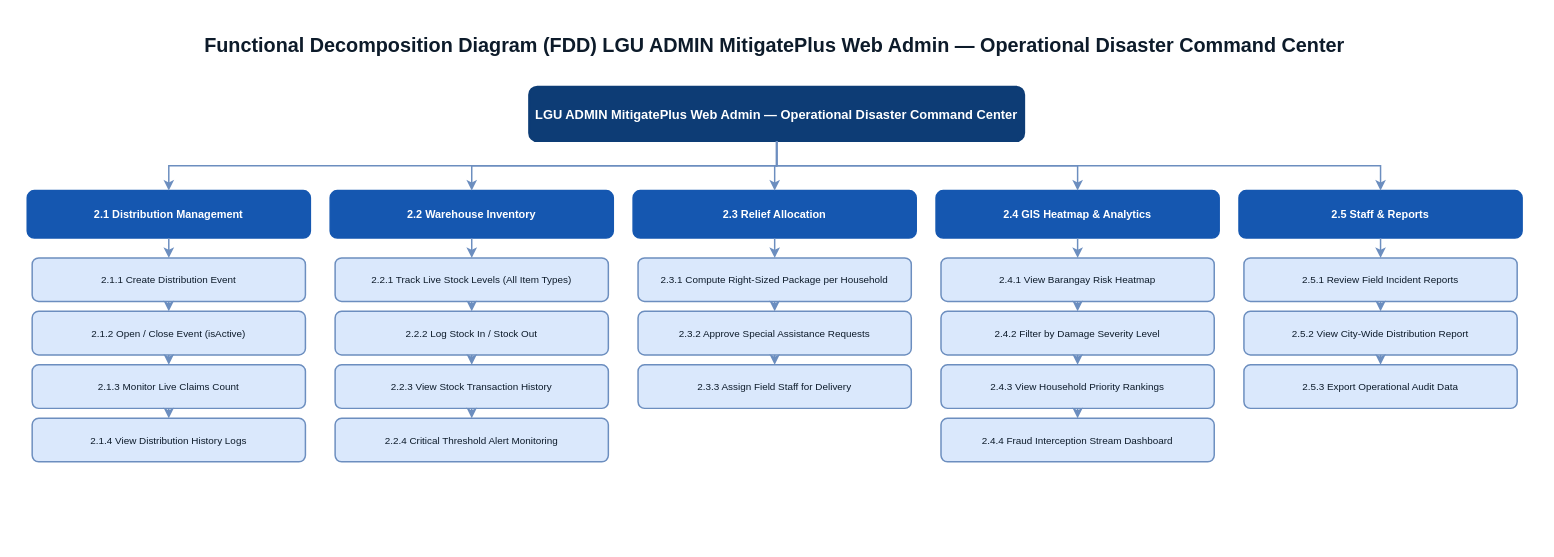
This is MitigatePlus_Capstone_Diagrams/03b_FDD_LGU_Admin.drawio from ellicaonggoco/Post-MitigatePlus, a draw.io file, before an edit. Source tidied: cells renumbered, new cells numbered last; positions are measured from the earlier drawing's top-left corner, leaving out a move shared by most shapes. Both pictures are drawn from the tidied source at 99%, with x=0, y=0 at pixel (17, 17).
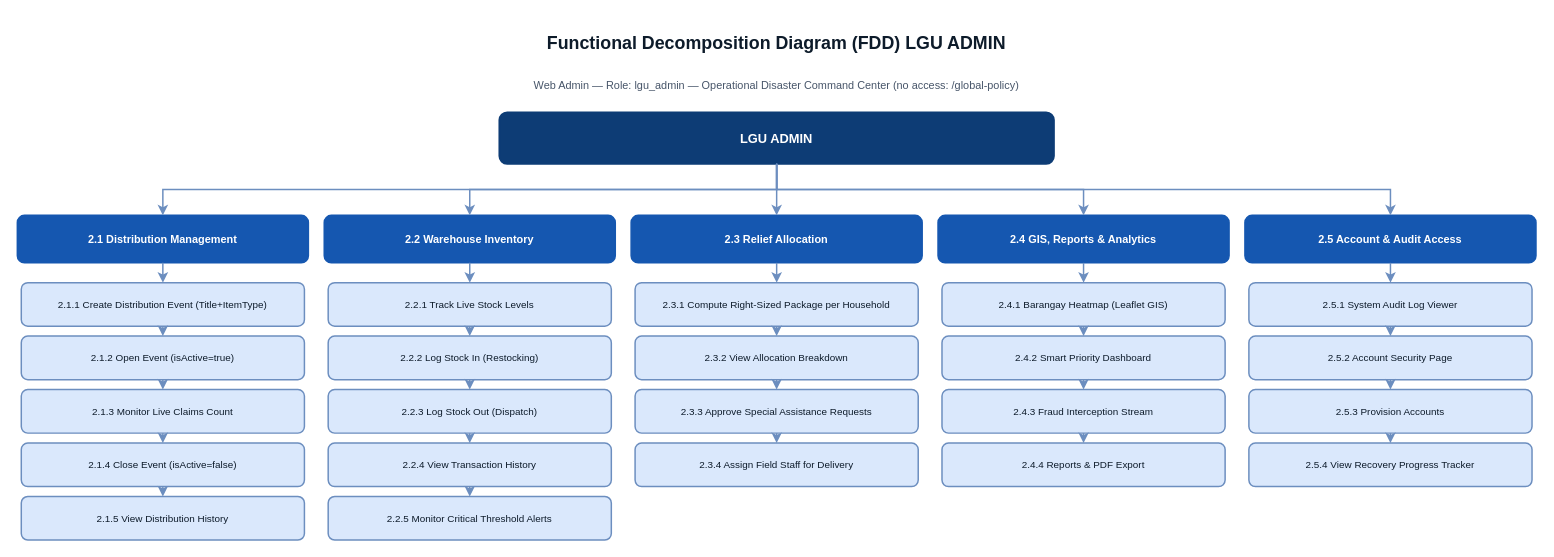
The same diagram, later.

The edit, as a diff of the source:
```diff
@@
-    <mxCell id="2" value="Functional Decomposition Diagram (FDD) LGU ADMIN MitigatePlus Web Admin — Operational Disaster Command Center" style="text;html=0;strokeColor=none;fillColor=none;align=center;verticalAlign=middle;whiteSpace=wrap;fontSize=20;fontStyle=1;fontColor=#0D1B2A;" parent="1" vertex="1">
-      <mxGeometry width="1530" height="55" as="geometry" />
+    <mxCell id="2" value="Functional Decomposition Diagram (FDD) LGU ADMIN" style="text;html=0;strokeColor=none;fillColor=none;align=center;verticalAlign=middle;whiteSpace=wrap;fontSize=18;fontStyle=1;fontColor=#0D1B2A;" parent="1" vertex="1">
+      <mxGeometry width="1534" height="52" as="geometry" />
     </mxCell>
+    <mxCell id="50" value="Web Admin — Role: lgu_admin — Operational Disaster Command Center (no access: /global-policy)" style="text;html=0;strokeColor=none;fillColor=none;align=center;verticalAlign=middle;whiteSpace=wrap;fontSize=11;fontColor=#475569;" parent="1" vertex="1">
+      <mxGeometry y="54" width="1534" height="30" as="geometry" />
+    </mxCell>
-    <mxCell id="3" value="LGU ADMIN MitigatePlus Web Admin — Operational Disaster Command Center" style="rounded=1;whiteSpace=wrap;html=0;fillColor=#0D3C75;strokeColor=#0D3C75;strokeWidth=2;fontSize=13;fontStyle=1;fontColor=#FFFFFF;" parent="1" vertex="1">
-      <mxGeometry x="517" y="70" width="500" height="55" as="geometry" />
+    <mxCell id="3" value="LGU ADMIN" style="rounded=1;whiteSpace=wrap;html=0;fillColor=#0D3C75;strokeColor=#0D3C75;strokeWidth=2;fontSize=13;fontStyle=1;fontColor=#FFFFFF;" parent="1" vertex="1">
+      <mxGeometry x="487" y="96" width="560" height="52" as="geometry" />
     </mxCell>
     <mxCell id="4" value="2.1 Distribution Management" style="rounded=1;whiteSpace=wrap;html=0;fillColor=#1557B0;strokeColor=#1557B0;strokeWidth=1.5;fontSize=11;fontStyle=1;fontColor=#FFFFFF;" parent="1" vertex="1">
-      <mxGeometry x="10" y="175" width="286" height="48" as="geometry" />
+      <mxGeometry y="200" width="294" height="48" as="geometry" />
     </mxCell>
@@
-    <mxCell id="6" value="2.1.1 Create Distribution Event" style="rounded=1;whiteSpace=wrap;html=0;fillColor=#DAE8FC;strokeColor=#6C8EBF;strokeWidth=1.5;fontSize=10;fontColor=#0D1B2A;" parent="1" vertex="1">
-      <mxGeometry x="15" y="243" width="276" height="44" as="geometry" />
+    <mxCell id="6" value="2.1.1 Create Distribution Event (Title+ItemType)" style="rounded=1;whiteSpace=wrap;html=0;fillColor=#DAE8FC;strokeColor=#6C8EBF;strokeWidth=1.5;fontSize=10;fontColor=#0D1B2A;" parent="1" vertex="1">
+      <mxGeometry x="4" y="268" width="286" height="44" as="geometry" />
     </mxCell>
@@
-    <mxCell id="8" value="2.1.2 Open / Close Event (isActive)" style="rounded=1;whiteSpace=wrap;html=0;fillColor=#DAE8FC;strokeColor=#6C8EBF;strokeWidth=1.5;fontSize=10;fontColor=#0D1B2A;" parent="1" vertex="1">
-      <mxGeometry x="15" y="297" width="276" height="44" as="geometry" />
+    <mxCell id="8" value="2.1.2 Open Event (isActive=true)" style="rounded=1;whiteSpace=wrap;html=0;fillColor=#DAE8FC;strokeColor=#6C8EBF;strokeWidth=1.5;fontSize=10;fontColor=#0D1B2A;" parent="1" vertex="1">
+      <mxGeometry x="4" y="322" width="286" height="44" as="geometry" />
     </mxCell>
@@
     <mxCell id="10" value="2.1.3 Monitor Live Claims Count" style="rounded=1;whiteSpace=wrap;html=0;fillColor=#DAE8FC;strokeColor=#6C8EBF;strokeWidth=1.5;fontSize=10;fontColor=#0D1B2A;" parent="1" vertex="1">
-      <mxGeometry x="15" y="351" width="276" height="44" as="geometry" />
+      <mxGeometry x="4" y="376" width="286" height="44" as="geometry" />
     </mxCell>
@@
-    <mxCell id="12" value="2.1.4 View Distribution History Logs" style="rounded=1;whiteSpace=wrap;html=0;fillColor=#DAE8FC;strokeColor=#6C8EBF;strokeWidth=1.5;fontSize=10;fontColor=#0D1B2A;" parent="1" vertex="1">
-      <mxGeometry x="15" y="405" width="276" height="44" as="geometry" />
+    <mxCell id="12" value="2.1.4 Close Event (isActive=false)" style="rounded=1;whiteSpace=wrap;html=0;fillColor=#DAE8FC;strokeColor=#6C8EBF;strokeWidth=1.5;fontSize=10;fontColor=#0D1B2A;" parent="1" vertex="1">
+      <mxGeometry x="4" y="430" width="286" height="44" as="geometry" />
     </mxCell>
@@
+    <mxCell id="51" value="2.1.5 View Distribution History" style="rounded=1;whiteSpace=wrap;html=0;fillColor=#DAE8FC;strokeColor=#6C8EBF;strokeWidth=1.5;fontSize=10;fontColor=#0D1B2A;" parent="1" vertex="1">
+      <mxGeometry x="4" y="484" width="286" height="44" as="geometry" />
+    </mxCell>
+    <mxCell id="52" style="edgeStyle=orthogonalEdgeStyle;rounded=0;html=1;strokeWidth=1.5;strokeColor=#6C8EBF;exitX=0.5;exitY=1;entryX=0.5;entryY=0;" parent="1" edge="1" source="12" target="51">
+      <mxGeometry relative="1" as="geometry" />
+    </mxCell>
     <mxCell id="14" value="2.2 Warehouse Inventory" style="rounded=1;whiteSpace=wrap;html=0;fillColor=#1557B0;strokeColor=#1557B0;strokeWidth=1.5;fontSize=11;fontStyle=1;fontColor=#FFFFFF;" parent="1" vertex="1">
-      <mxGeometry x="316" y="175" width="286" height="48" as="geometry" />
+      <mxGeometry x="310" y="200" width="294" height="48" as="geometry" />
     </mxCell>
@@
-    <mxCell id="16" value="2.2.1 Track Live Stock Levels (All Item Types)" style="rounded=1;whiteSpace=wrap;html=0;fillColor=#DAE8FC;strokeColor=#6C8EBF;strokeWidth=1.5;fontSize=10;fontColor=#0D1B2A;" parent="1" vertex="1">
-      <mxGeometry x="321" y="243" width="276" height="44" as="geometry" />
+    <mxCell id="16" value="2.2.1 Track Live Stock Levels" style="rounded=1;whiteSpace=wrap;html=0;fillColor=#DAE8FC;strokeColor=#6C8EBF;strokeWidth=1.5;fontSize=10;fontColor=#0D1B2A;" parent="1" vertex="1">
+      <mxGeometry x="314" y="268" width="286" height="44" as="geometry" />
     </mxCell>
@@
-    <mxCell id="18" value="2.2.2 Log Stock In / Stock Out" style="rounded=1;whiteSpace=wrap;html=0;fillColor=#DAE8FC;strokeColor=#6C8EBF;strokeWidth=1.5;fontSize=10;fontColor=#0D1B2A;" parent="1" vertex="1">
-      <mxGeometry x="321" y="297" width="276" height="44" as="geometry" />
+    <mxCell id="18" value="2.2.2 Log Stock In (Restocking)" style="rounded=1;whiteSpace=wrap;html=0;fillColor=#DAE8FC;strokeColor=#6C8EBF;strokeWidth=1.5;fontSize=10;fontColor=#0D1B2A;" parent="1" vertex="1">
+      <mxGeometry x="314" y="322" width="286" height="44" as="geometry" />
     </mxCell>
@@
-    <mxCell id="20" value="2.2.3 View Stock Transaction History" style="rounded=1;whiteSpace=wrap;html=0;fillColor=#DAE8FC;strokeColor=#6C8EBF;strokeWidth=1.5;fontSize=10;fontColor=#0D1B2A;" parent="1" vertex="1">
-      <mxGeometry x="321" y="351" width="276" height="44" as="geometry" />
+    <mxCell id="20" value="2.2.3 Log Stock Out (Dispatch)" style="rounded=1;whiteSpace=wrap;html=0;fillColor=#DAE8FC;strokeColor=#6C8EBF;strokeWidth=1.5;fontSize=10;fontColor=#0D1B2A;" parent="1" vertex="1">
+      <mxGeometry x="314" y="376" width="286" height="44" as="geometry" />
     </mxCell>
@@
-    <mxCell id="22" value="2.2.4 Critical Threshold Alert Monitoring" style="rounded=1;whiteSpace=wrap;html=0;fillColor=#DAE8FC;strokeColor=#6C8EBF;strokeWidth=1.5;fontSize=10;fontColor=#0D1B2A;" parent="1" vertex="1">
-      <mxGeometry x="321" y="405" width="276" height="44" as="geometry" />
+    <mxCell id="22" value="2.2.4 View Transaction History" style="rounded=1;whiteSpace=wrap;html=0;fillColor=#DAE8FC;strokeColor=#6C8EBF;strokeWidth=1.5;fontSize=10;fontColor=#0D1B2A;" parent="1" vertex="1">
+      <mxGeometry x="314" y="430" width="286" height="44" as="geometry" />
     </mxCell>
@@
+    <mxCell id="53" value="2.2.5 Monitor Critical Threshold Alerts" style="rounded=1;whiteSpace=wrap;html=0;fillColor=#DAE8FC;strokeColor=#6C8EBF;strokeWidth=1.5;fontSize=10;fontColor=#0D1B2A;" parent="1" vertex="1">
+      <mxGeometry x="314" y="484" width="286" height="44" as="geometry" />
+    </mxCell>
+    <mxCell id="54" style="edgeStyle=orthogonalEdgeStyle;rounded=0;html=1;strokeWidth=1.5;strokeColor=#6C8EBF;exitX=0.5;exitY=1;entryX=0.5;entryY=0;" parent="1" edge="1" source="22" target="53">
+      <mxGeometry relative="1" as="geometry" />
+    </mxCell>
     <mxCell id="24" value="2.3 Relief Allocation" style="rounded=1;whiteSpace=wrap;html=0;fillColor=#1557B0;strokeColor=#1557B0;strokeWidth=1.5;fontSize=11;fontStyle=1;fontColor=#FFFFFF;" parent="1" vertex="1">
-      <mxGeometry x="622" y="175" width="286" height="48" as="geometry" />
+      <mxGeometry x="620" y="200" width="294" height="48" as="geometry" />
     </mxCell>
@@
     <mxCell id="26" value="2.3.1 Compute Right-Sized Package per Household" style="rounded=1;whiteSpace=wrap;html=0;fillColor=#DAE8FC;strokeColor=#6C8EBF;strokeWidth=1.5;fontSize=10;fontColor=#0D1B2A;" parent="1" vertex="1">
-      <mxGeometry x="627" y="243" width="276" height="44" as="geometry" />
+      <mxGeometry x="624" y="268" width="286" height="44" as="geometry" />
     </mxCell>
@@
-    <mxCell id="28" value="2.3.2 Approve Special Assistance Requests" style="rounded=1;whiteSpace=wrap;html=0;fillColor=#DAE8FC;strokeColor=#6C8EBF;strokeWidth=1.5;fontSize=10;fontColor=#0D1B2A;" parent="1" vertex="1">
-      <mxGeometry x="627" y="297" width="276" height="44" as="geometry" />
+    <mxCell id="28" value="2.3.2 View Allocation Breakdown" style="rounded=1;whiteSpace=wrap;html=0;fillColor=#DAE8FC;strokeColor=#6C8EBF;strokeWidth=1.5;fontSize=10;fontColor=#0D1B2A;" parent="1" vertex="1">
+      <mxGeometry x="624" y="322" width="286" height="44" as="geometry" />
     </mxCell>
@@
-    <mxCell id="30" value="2.3.3 Assign Field Staff for Delivery" style="rounded=1;whiteSpace=wrap;html=0;fillColor=#DAE8FC;strokeColor=#6C8EBF;strokeWidth=1.5;fontSize=10;fontColor=#0D1B2A;" parent="1" vertex="1">
-      <mxGeometry x="627" y="351" width="276" height="44" as="geometry" />
+    <mxCell id="30" value="2.3.3 Approve Special Assistance Requests" style="rounded=1;whiteSpace=wrap;html=0;fillColor=#DAE8FC;strokeColor=#6C8EBF;strokeWidth=1.5;fontSize=10;fontColor=#0D1B2A;" parent="1" vertex="1">
+      <mxGeometry x="624" y="376" width="286" height="44" as="geometry" />
     </mxCell>
@@
+    <mxCell id="55" value="2.3.4 Assign Field Staff for Delivery" style="rounded=1;whiteSpace=wrap;html=0;fillColor=#DAE8FC;strokeColor=#6C8EBF;strokeWidth=1.5;fontSize=10;fontColor=#0D1B2A;" parent="1" vertex="1">
+      <mxGeometry x="624" y="430" width="286" height="44" as="geometry" />
+    </mxCell>
+    <mxCell id="56" style="edgeStyle=orthogonalEdgeStyle;rounded=0;html=1;strokeWidth=1.5;strokeColor=#6C8EBF;exitX=0.5;exitY=1;entryX=0.5;entryY=0;" parent="1" edge="1" source="30" target="55">
+      <mxGeometry relative="1" as="geometry" />
+    </mxCell>
-    <mxCell id="32" value="2.4 GIS Heatmap &amp; Analytics" style="rounded=1;whiteSpace=wrap;html=0;fillColor=#1557B0;strokeColor=#1557B0;strokeWidth=1.5;fontSize=11;fontStyle=1;fontColor=#FFFFFF;" parent="1" vertex="1">
-      <mxGeometry x="928" y="175" width="286" height="48" as="geometry" />
+    <mxCell id="32" value="2.4 GIS, Reports &amp; Analytics" style="rounded=1;whiteSpace=wrap;html=0;fillColor=#1557B0;strokeColor=#1557B0;strokeWidth=1.5;fontSize=11;fontStyle=1;fontColor=#FFFFFF;" parent="1" vertex="1">
+      <mxGeometry x="930" y="200" width="294" height="48" as="geometry" />
     </mxCell>
@@
-    <mxCell id="34" value="2.4.1 View Barangay Risk Heatmap" style="rounded=1;whiteSpace=wrap;html=0;fillColor=#DAE8FC;strokeColor=#6C8EBF;strokeWidth=1.5;fontSize=10;fontColor=#0D1B2A;" parent="1" vertex="1">
-      <mxGeometry x="933" y="243" width="276" height="44" as="geometry" />
+    <mxCell id="34" value="2.4.1 Barangay Heatmap (Leaflet GIS)" style="rounded=1;whiteSpace=wrap;html=0;fillColor=#DAE8FC;strokeColor=#6C8EBF;strokeWidth=1.5;fontSize=10;fontColor=#0D1B2A;" parent="1" vertex="1">
+      <mxGeometry x="934" y="268" width="286" height="44" as="geometry" />
     </mxCell>
@@
-    <mxCell id="36" value="2.4.2 Filter by Damage Severity Level" style="rounded=1;whiteSpace=wrap;html=0;fillColor=#DAE8FC;strokeColor=#6C8EBF;strokeWidth=1.5;fontSize=10;fontColor=#0D1B2A;" parent="1" vertex="1">
-      <mxGeometry x="933" y="297" width="276" height="44" as="geometry" />
+    <mxCell id="36" value="2.4.2 Smart Priority Dashboard" style="rounded=1;whiteSpace=wrap;html=0;fillColor=#DAE8FC;strokeColor=#6C8EBF;strokeWidth=1.5;fontSize=10;fontColor=#0D1B2A;" parent="1" vertex="1">
+      <mxGeometry x="934" y="322" width="286" height="44" as="geometry" />
     </mxCell>
@@
-    <mxCell id="38" value="2.4.3 View Household Priority Rankings" style="rounded=1;whiteSpace=wrap;html=0;fillColor=#DAE8FC;strokeColor=#6C8EBF;strokeWidth=1.5;fontSize=10;fontColor=#0D1B2A;" parent="1" vertex="1">
-      <mxGeometry x="933" y="351" width="276" height="44" as="geometry" />
+    <mxCell id="38" value="2.4.3 Fraud Interception Stream" style="rounded=1;whiteSpace=wrap;html=0;fillColor=#DAE8FC;strokeColor=#6C8EBF;strokeWidth=1.5;fontSize=10;fontColor=#0D1B2A;" parent="1" vertex="1">
+      <mxGeometry x="934" y="376" width="286" height="44" as="geometry" />
     </mxCell>
@@
-    <mxCell id="40" value="2.4.4 Fraud Interception Stream Dashboard" style="rounded=1;whiteSpace=wrap;html=0;fillColor=#DAE8FC;strokeColor=#6C8EBF;strokeWidth=1.5;fontSize=10;fontColor=#0D1B2A;" parent="1" vertex="1">
-      <mxGeometry x="933" y="405" width="276" height="44" as="geometry" />
+    <mxCell id="40" value="2.4.4 Reports &amp; PDF Export" style="rounded=1;whiteSpace=wrap;html=0;fillColor=#DAE8FC;strokeColor=#6C8EBF;strokeWidth=1.5;fontSize=10;fontColor=#0D1B2A;" parent="1" vertex="1">
+      <mxGeometry x="934" y="430" width="286" height="44" as="geometry" />
     </mxCell>
@@
-    <mxCell id="42" value="2.5 Staff &amp; Reports" style="rounded=1;whiteSpace=wrap;html=0;fillColor=#1557B0;strokeColor=#1557B0;strokeWidth=1.5;fontSize=11;fontStyle=1;fontColor=#FFFFFF;" parent="1" vertex="1">
-      <mxGeometry x="1234" y="175" width="286" height="48" as="geometry" />
+    <mxCell id="42" value="2.5 Account &amp; Audit Access" style="rounded=1;whiteSpace=wrap;html=0;fillColor=#1557B0;strokeColor=#1557B0;strokeWidth=1.5;fontSize=11;fontStyle=1;fontColor=#FFFFFF;" parent="1" vertex="1">
+      <mxGeometry x="1240" y="200" width="294" height="48" as="geometry" />
     </mxCell>
@@
-    <mxCell id="44" value="2.5.1 Review Field Incident Reports" style="rounded=1;whiteSpace=wrap;html=0;fillColor=#DAE8FC;strokeColor=#6C8EBF;strokeWidth=1.5;fontSize=10;fontColor=#0D1B2A;" parent="1" vertex="1">
-      <mxGeometry x="1239" y="243" width="276" height="44" as="geometry" />
+    <mxCell id="44" value="2.5.1 System Audit Log Viewer" style="rounded=1;whiteSpace=wrap;html=0;fillColor=#DAE8FC;strokeColor=#6C8EBF;strokeWidth=1.5;fontSize=10;fontColor=#0D1B2A;" parent="1" vertex="1">
+      <mxGeometry x="1244" y="268" width="286" height="44" as="geometry" />
     </mxCell>
@@
-    <mxCell id="46" value="2.5.2 View City-Wide Distribution Report" style="rounded=1;whiteSpace=wrap;html=0;fillColor=#DAE8FC;strokeColor=#6C8EBF;strokeWidth=1.5;fontSize=10;fontColor=#0D1B2A;" parent="1" vertex="1">
-      <mxGeometry x="1239" y="297" width="276" height="44" as="geometry" />
+    <mxCell id="46" value="2.5.2 Account Security Page" style="rounded=1;whiteSpace=wrap;html=0;fillColor=#DAE8FC;strokeColor=#6C8EBF;strokeWidth=1.5;fontSize=10;fontColor=#0D1B2A;" parent="1" vertex="1">
+      <mxGeometry x="1244" y="322" width="286" height="44" as="geometry" />
     </mxCell>
@@
-    <mxCell id="48" value="2.5.3 Export Operational Audit Data" style="rounded=1;whiteSpace=wrap;html=0;fillColor=#DAE8FC;strokeColor=#6C8EBF;strokeWidth=1.5;fontSize=10;fontColor=#0D1B2A;" parent="1" vertex="1">
-      <mxGeometry x="1239" y="351" width="276" height="44" as="geometry" />
+    <mxCell id="48" value="2.5.3 Provision Accounts" style="rounded=1;whiteSpace=wrap;html=0;fillColor=#DAE8FC;strokeColor=#6C8EBF;strokeWidth=1.5;fontSize=10;fontColor=#0D1B2A;" parent="1" vertex="1">
+      <mxGeometry x="1244" y="376" width="286" height="44" as="geometry" />
     </mxCell>
@@
+    <mxCell id="57" value="2.5.4 View Recovery Progress Tracker" style="rounded=1;whiteSpace=wrap;html=0;fillColor=#DAE8FC;strokeColor=#6C8EBF;strokeWidth=1.5;fontSize=10;fontColor=#0D1B2A;" parent="1" vertex="1">
+      <mxGeometry x="1244" y="430" width="286" height="44" as="geometry" />
+    </mxCell>
+    <mxCell id="58" style="edgeStyle=orthogonalEdgeStyle;rounded=0;html=1;strokeWidth=1.5;strokeColor=#6C8EBF;exitX=0.5;exitY=1;entryX=0.5;entryY=0;" parent="1" edge="1" source="48" target="57">
+      <mxGeometry relative="1" as="geometry" />
+    </mxCell>
```
